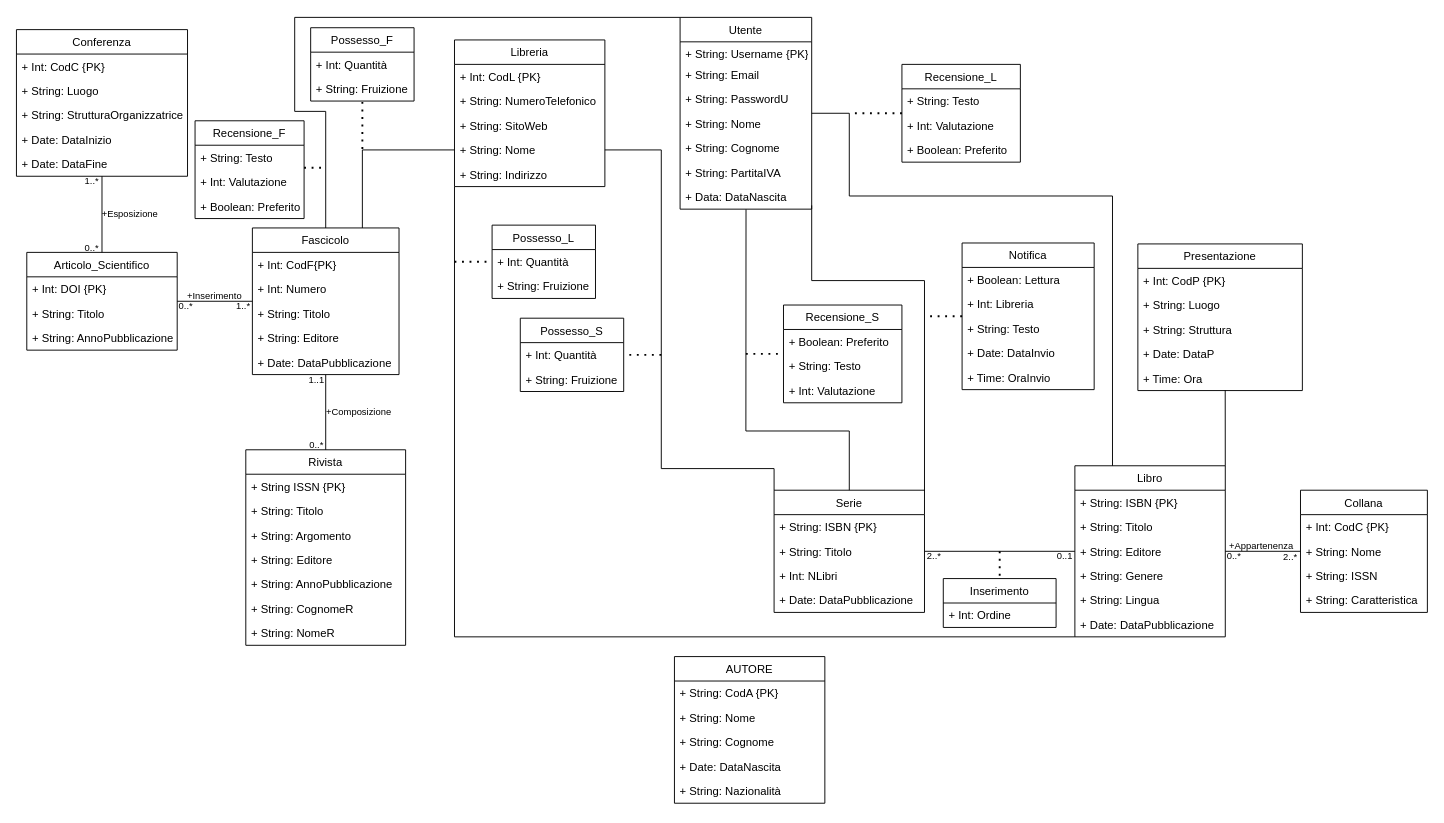
Giovk/Sistema-di-una-Bibleoteca-Digitale keeps this draw.io diagram as page "Pagina-2" (2 of 2) of DiagrammaUML(ristrutturato).drawio. Above is the earlier version. Source tidied: cells renumbered, new cells numbered last; positions are measured from the earlier drawing's top-left corner, leaving out a move shared by most shapes. Both pictures are drawn from the tidied source at 94%, with x=0, y=0 at pixel (16, 17).
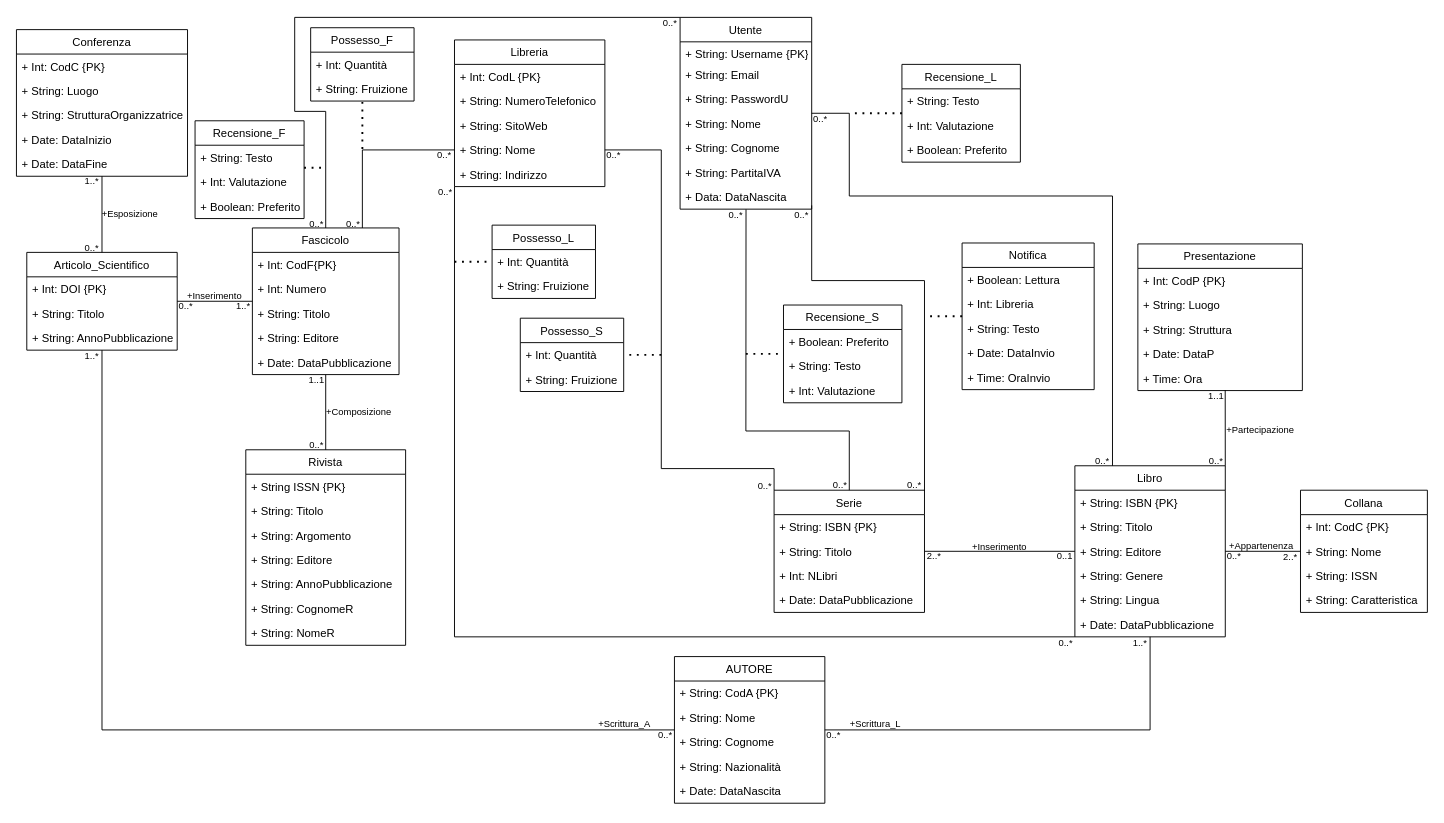
The same diagram, later.

The change refers to these unchanged cells:
```xml
<mxCell id="10" value="Articolo_Scientifico" style="swimlane;fontStyle=0;horizontal=1;startSize=26;fillColor=none;" parent="1" vertex="1">
  <mxGeometry x="11" y="250" width="160" height="104" as="geometry" />
</mxCell>
<mxCell id="33" value="Libro" style="swimlane;fontStyle=0;horizontal=1;startSize=26;fillColor=none;" parent="1" vertex="1">
  <mxGeometry x="1126" y="477" width="160" height="182" as="geometry" />
</mxCell>
<mxCell id="124" value="AUTORE" style="swimlane;fontStyle=0;horizontal=1;startSize=26;fillColor=none;" parent="1" vertex="1">
  <mxGeometry x="700" y="680" width="160" height="156" as="geometry" />
</mxCell>
```

Change to the diagram source:
```diff
@@
-    <mxCell id="60" value="Inserimento" style="swimlane;fontStyle=0;horizontal=1;startSize=26;fillColor=none;" parent="1" vertex="1">
-      <mxGeometry x="986" y="597" width="120" height="52" as="geometry" />
-    </mxCell>
-    <mxCell id="61" value="+ Int: Ordine" style="text;strokeColor=none;fillColor=none;align=left;verticalAlign=top;spacingLeft=4;spacingRight=4;overflow=hidden;" parent="60" vertex="1">
-      <mxGeometry y="26" width="120" height="26" as="geometry" />
-    </mxCell>
-    <mxCell id="62" style="endArrow=none;dashed=1;html=1;dashPattern=1 3;strokeWidth=2;rounded=0;fontSize=10;entryX=0.5;entryY=0;entryDx=0;entryDy=0;" parent="1" edge="1">
-      <mxGeometry relative="1" as="geometry">
-        <mxPoint x="1046" y="568" as="sourcePoint" />
-        <mxPoint x="1046" y="598" as="targetPoint" />
-      </mxGeometry>
-    </mxCell>
@@
+    <mxCell id="129" value="+ String: Nazionalità" style="text;strokeColor=none;fillColor=none;align=left;verticalAlign=top;spacingLeft=4;spacingRight=4;overflow=hidden;" parent="124" vertex="1">
+      <mxGeometry y="104" width="160" height="26" as="geometry" />
+    </mxCell>
     <mxCell id="128" value="+ Date: DataNascita" style="text;strokeColor=none;fillColor=none;align=left;verticalAlign=top;spacingLeft=4;spacingRight=4;overflow=hidden;" parent="124" vertex="1">
-      <mxGeometry y="104" width="160" height="26" as="geometry" />
+      <mxGeometry y="130" width="160" height="26" as="geometry" />
     </mxCell>
-    <mxCell id="129" value="+ String: Nazionalità" style="text;strokeColor=none;fillColor=none;align=left;verticalAlign=top;spacingLeft=4;spacingRight=4;overflow=hidden;" parent="124" vertex="1">
-      <mxGeometry y="130" width="160" height="26" as="geometry" />
-    </mxCell>
@@
+    <mxCell id="133" style="endArrow=none;html=1;rounded=0;entryX=0.5;entryY=1;entryDx=0;entryDy=0;exitX=0;exitY=0.5;exitDx=0;exitDy=0;" parent="1" edge="1" source="124" target="10">
+      <mxGeometry relative="1" as="geometry">
+        <Array as="points">
+          <mxPoint x="91" y="758" />
+        </Array>
+      </mxGeometry>
+    </mxCell>
+    <mxCell id="134" style="endArrow=none;html=1;rounded=0;entryX=0.5;entryY=1;entryDx=0;entryDy=0;exitX=1;exitY=0.5;exitDx=0;exitDy=0;" parent="1" edge="1" source="124" target="33">
+      <mxGeometry relative="1" as="geometry">
+        <Array as="points">
+          <mxPoint x="1206" y="758" />
+        </Array>
+      </mxGeometry>
+    </mxCell>
+    <mxCell id="135" value="&lt;font style=&quot;font-size: 10px;&quot;&gt;0..*&lt;/font&gt;" style="text;html=1;strokeColor=none;fillColor=none;align=center;verticalAlign=middle;whiteSpace=wrap;rounded=0;" parent="1" vertex="1">
+      <mxGeometry x="681" y="758" width="19" height="10" as="geometry" />
+    </mxCell>
+    <mxCell id="136" value="&lt;font style=&quot;font-size: 10px;&quot;&gt;0..*&lt;/font&gt;" style="text;html=1;strokeColor=none;fillColor=none;align=center;verticalAlign=middle;whiteSpace=wrap;rounded=0;" parent="1" vertex="1">
+      <mxGeometry x="860" y="758" width="19" height="10" as="geometry" />
+    </mxCell>
+    <mxCell id="137" value="&lt;font style=&quot;font-size: 10px;&quot;&gt;1..*&lt;/font&gt;" style="text;html=1;strokeColor=none;fillColor=none;align=center;verticalAlign=middle;whiteSpace=wrap;rounded=0;" parent="1" vertex="1">
+      <mxGeometry x="71" y="355" width="19" height="10" as="geometry" />
+    </mxCell>
+    <mxCell id="138" value="&lt;font style=&quot;font-size: 10px;&quot;&gt;+Scrittura_A&lt;/font&gt;" style="text;html=1;strokeColor=none;fillColor=none;align=center;verticalAlign=middle;whiteSpace=wrap;rounded=0;" parent="1" vertex="1">
+      <mxGeometry x="617" y="746" width="60" height="10" as="geometry" />
+    </mxCell>
+    <mxCell id="139" value="&lt;font style=&quot;font-size: 10px;&quot;&gt;+Scrittura_L&lt;/font&gt;" style="text;html=1;strokeColor=none;fillColor=none;align=center;verticalAlign=middle;whiteSpace=wrap;rounded=0;" parent="1" vertex="1">
+      <mxGeometry x="884" y="746" width="60" height="10" as="geometry" />
+    </mxCell>
+    <mxCell id="140" value="&lt;font style=&quot;font-size: 10px;&quot;&gt;+Inserimento&lt;/font&gt;" style="text;html=1;strokeColor=none;fillColor=none;align=center;verticalAlign=middle;whiteSpace=wrap;rounded=0;" parent="1" vertex="1">
+      <mxGeometry x="1016" y="558" width="60" height="10" as="geometry" />
+    </mxCell>
+    <mxCell id="141" value="&lt;font style=&quot;font-size: 10px;&quot;&gt;0..*&lt;/font&gt;" style="text;html=1;strokeColor=none;fillColor=none;align=center;verticalAlign=middle;whiteSpace=wrap;rounded=0;" parent="1" vertex="1">
+      <mxGeometry x="310" y="214" width="19" height="10" as="geometry" />
+    </mxCell>
+    <mxCell id="142" value="&lt;font style=&quot;font-size: 10px;&quot;&gt;0..*&lt;/font&gt;" style="text;html=1;strokeColor=none;fillColor=none;align=center;verticalAlign=middle;whiteSpace=wrap;rounded=0;" parent="1" vertex="1">
+      <mxGeometry x="686" y="1" width="19" height="10" as="geometry" />
+    </mxCell>
+    <mxCell id="143" value="&lt;font style=&quot;font-size: 10px;&quot;&gt;0..*&lt;/font&gt;" style="text;html=1;strokeColor=none;fillColor=none;align=center;verticalAlign=middle;whiteSpace=wrap;rounded=0;" parent="1" vertex="1">
+      <mxGeometry x="349" y="214" width="19" height="10" as="geometry" />
+    </mxCell>
+    <mxCell id="144" value="&lt;font style=&quot;font-size: 10px;&quot;&gt;0..*&lt;/font&gt;" style="text;html=1;strokeColor=none;fillColor=none;align=center;verticalAlign=middle;whiteSpace=wrap;rounded=0;" parent="1" vertex="1">
+      <mxGeometry x="446" y="141" width="19" height="10" as="geometry" />
+    </mxCell>
+    <mxCell id="145" value="&lt;font style=&quot;font-size: 10px;&quot;&gt;0..*&lt;/font&gt;" style="text;html=1;strokeColor=none;fillColor=none;align=center;verticalAlign=middle;whiteSpace=wrap;rounded=0;" parent="1" vertex="1">
+      <mxGeometry x="447" y="180" width="19" height="10" as="geometry" />
+    </mxCell>
+    <mxCell id="146" value="&lt;font style=&quot;font-size: 10px;&quot;&gt;0..*&lt;/font&gt;" style="text;html=1;strokeColor=none;fillColor=none;align=center;verticalAlign=middle;whiteSpace=wrap;rounded=0;" parent="1" vertex="1">
+      <mxGeometry x="1107" y="660" width="19" height="10" as="geometry" />
+    </mxCell>
+    <mxCell id="147" value="&lt;font style=&quot;font-size: 10px;&quot;&gt;1..*&lt;/font&gt;" style="text;html=1;strokeColor=none;fillColor=none;align=center;verticalAlign=middle;whiteSpace=wrap;rounded=0;" parent="1" vertex="1">
+      <mxGeometry x="1186" y="660" width="19" height="10" as="geometry" />
+    </mxCell>
+    <mxCell id="148" value="&lt;font style=&quot;font-size: 10px;&quot;&gt;0..*&lt;/font&gt;" style="text;html=1;strokeColor=none;fillColor=none;align=center;verticalAlign=middle;whiteSpace=wrap;rounded=0;" parent="1" vertex="1">
+      <mxGeometry x="846" y="103" width="19" height="10" as="geometry" />
+    </mxCell>
+    <mxCell id="149" value="&lt;font style=&quot;font-size: 10px;&quot;&gt;0..*&lt;/font&gt;" style="text;html=1;strokeColor=none;fillColor=none;align=center;verticalAlign=middle;whiteSpace=wrap;rounded=0;" parent="1" vertex="1">
+      <mxGeometry x="1146" y="467" width="19" height="10" as="geometry" />
+    </mxCell>
+    <mxCell id="150" value="&lt;font style=&quot;font-size: 10px;&quot;&gt;0..*&lt;/font&gt;" style="text;html=1;strokeColor=none;fillColor=none;align=center;verticalAlign=middle;whiteSpace=wrap;rounded=0;" parent="1" vertex="1">
+      <mxGeometry x="1267" y="467" width="19" height="10" as="geometry" />
+    </mxCell>
+    <mxCell id="151" value="&lt;font style=&quot;font-size: 10px;&quot;&gt;1..1&lt;/font&gt;" style="text;html=1;strokeColor=none;fillColor=none;align=center;verticalAlign=middle;whiteSpace=wrap;rounded=0;" parent="1" vertex="1">
+      <mxGeometry x="1267" y="397" width="19" height="10" as="geometry" />
+    </mxCell>
+    <mxCell id="152" value="&lt;font style=&quot;font-size: 10px;&quot;&gt;+Partecipazione&lt;/font&gt;" style="text;html=1;strokeColor=none;fillColor=none;align=center;verticalAlign=middle;whiteSpace=wrap;rounded=0;" parent="1" vertex="1">
+      <mxGeometry x="1288.5" y="434" width="69" height="10" as="geometry" />
+    </mxCell>
+    <mxCell id="153" value="&lt;font style=&quot;font-size: 10px;&quot;&gt;0..*&lt;/font&gt;" style="text;html=1;strokeColor=none;fillColor=none;align=center;verticalAlign=middle;whiteSpace=wrap;rounded=0;" parent="1" vertex="1">
+      <mxGeometry x="826" y="205" width="19" height="10" as="geometry" />
+    </mxCell>
+    <mxCell id="154" value="&lt;font style=&quot;font-size: 10px;&quot;&gt;0..*&lt;/font&gt;" style="text;html=1;strokeColor=none;fillColor=none;align=center;verticalAlign=middle;whiteSpace=wrap;rounded=0;" parent="1" vertex="1">
+      <mxGeometry x="946" y="492" width="19" height="10" as="geometry" />
+    </mxCell>
+    <mxCell id="155" value="&lt;font style=&quot;font-size: 10px;&quot;&gt;0..*&lt;/font&gt;" style="text;html=1;strokeColor=none;fillColor=none;align=center;verticalAlign=middle;whiteSpace=wrap;rounded=0;" parent="1" vertex="1">
+      <mxGeometry x="867" y="492" width="19" height="10" as="geometry" />
+    </mxCell>
+    <mxCell id="156" value="&lt;font style=&quot;font-size: 10px;&quot;&gt;0..*&lt;/font&gt;" style="text;html=1;strokeColor=none;fillColor=none;align=center;verticalAlign=middle;whiteSpace=wrap;rounded=0;" parent="1" vertex="1">
+      <mxGeometry x="756" y="205" width="19" height="10" as="geometry" />
+    </mxCell>
+    <mxCell id="157" value="&lt;font style=&quot;font-size: 10px;&quot;&gt;0..*&lt;/font&gt;" style="text;html=1;strokeColor=none;fillColor=none;align=center;verticalAlign=middle;whiteSpace=wrap;rounded=0;" parent="1" vertex="1">
+      <mxGeometry x="787" y="493" width="19" height="10" as="geometry" />
+    </mxCell>
+    <mxCell id="158" value="&lt;font style=&quot;font-size: 10px;&quot;&gt;0..*&lt;/font&gt;" style="text;html=1;strokeColor=none;fillColor=none;align=center;verticalAlign=middle;whiteSpace=wrap;rounded=0;" parent="1" vertex="1">
+      <mxGeometry x="626" y="141" width="19" height="10" as="geometry" />
+    </mxCell>
```
